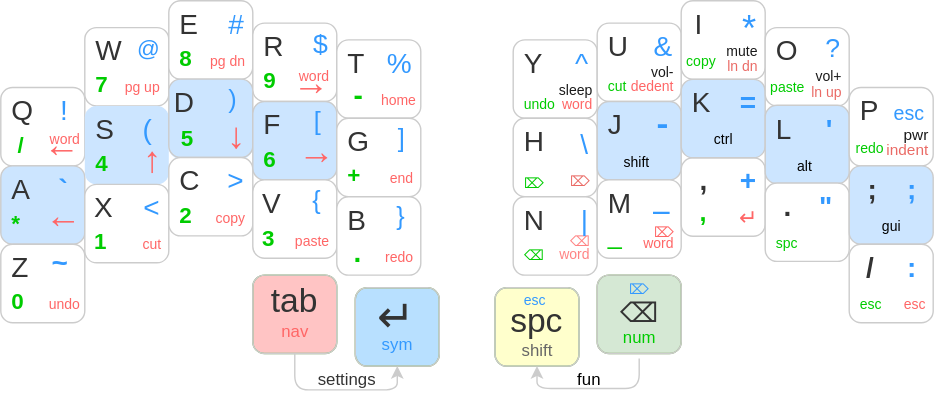
Above: images/BaseKeymap.drawio.svg in glenn20/zmk-sweep (draw.io), before the change. Source tidied: cells renumbered, new cells last; positions are measured from the earlier drawing's top-left corner, leaving out a move shared by most shapes.
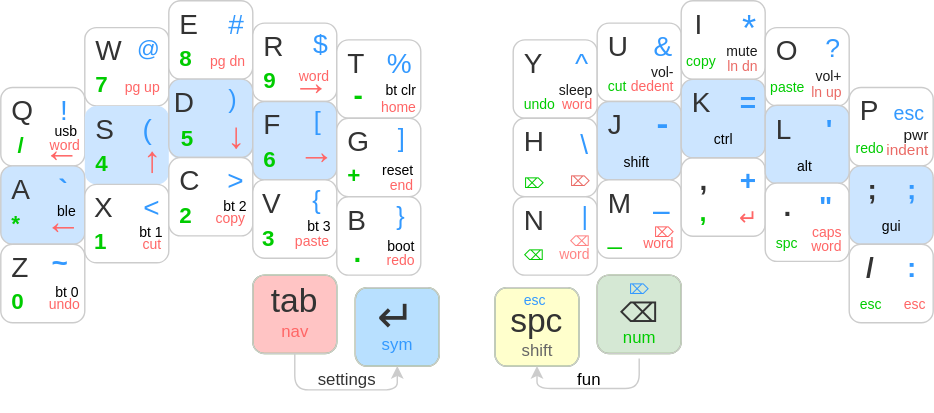
The same file after the commit.

Change to the diagram source:
```diff
@@ -20,9 +20,12 @@
     <mxCell id="7" value="&lt;font color=&quot;#3399ff&quot; style=&quot;font-size: 20px; font-weight: normal;&quot;&gt;!&amp;nbsp;&lt;/font&gt;" style="whiteSpace=wrap;html=1;fontSize=18;fontFamily=Helvetica;fontStyle=1;fillColor=none;rounded=1;align=right;verticalAlign=top;spacingLeft=0;strokeColor=none;fontColor=#E6E6E6;spacing=0;spacingTop=0;spacingRight=4;" parent="3" vertex="1">
       <mxGeometry x="29.4" width="28.5" height="28.5" as="geometry" />
     </mxCell>
-    <mxCell id="8" value="&lt;p style=&quot;line-height: 18%;&quot;&gt;&lt;font size=&quot;1&quot; style=&quot;&quot; color=&quot;#ff6666&quot;&gt;&lt;span style=&quot;font-weight: normal;&quot;&gt;word&lt;/span&gt;&lt;br&gt;&lt;/font&gt;&lt;font style=&quot;font-size: 26px;&quot; color=&quot;#ff6666&quot;&gt;←&lt;/font&gt;&lt;/p&gt;" style="html=1;fontSize=20;fontFamily=Helvetica;fontStyle=1;fillColor=none;rounded=1;align=right;verticalAlign=middle;spacingLeft=0;strokeColor=none;fontColor=#E6E6E6;spacing=0;spacingTop=-4;spacingRight=4;" parent="3" vertex="1">
-      <mxGeometry x="31.5" y="27" width="28.5" height="28.5" as="geometry" />
+    <mxCell id="8" value="&lt;p style=&quot;line-height: 18%;&quot;&gt;&lt;font size=&quot;1&quot; style=&quot;&quot; color=&quot;#ff6666&quot;&gt;&lt;span style=&quot;font-weight: normal;&quot;&gt;word&lt;/span&gt;&lt;br&gt;&lt;/font&gt;&lt;font style=&quot;font-size: 26px;&quot; color=&quot;#ff6666&quot;&gt;←&lt;/font&gt;&lt;/p&gt;" style="html=1;fontSize=20;fontFamily=Helvetica;fontStyle=1;fillColor=none;rounded=1;align=right;verticalAlign=middle;spacingLeft=0;strokeColor=none;fontColor=#E6E6E6;spacing=0;spacingTop=0;spacingRight=4;" parent="3" vertex="1">
+      <mxGeometry x="31.5" y="28.5" width="28.5" height="28.5" as="geometry" />
     </mxCell>
+    <mxCell id="200" value="&lt;p style=&quot;line-height: 110%; font-size: 10px;&quot;&gt;&lt;font color=&quot;#000000&quot;&gt;&lt;span style=&quot;font-weight: 400;&quot;&gt;usb&lt;/span&gt;&lt;/font&gt;&lt;/p&gt;&lt;p style=&quot;font-size: 10px;&quot;&gt;&lt;/p&gt;" style="html=1;fontSize=10;fontFamily=Helvetica;fontStyle=1;fillColor=none;rounded=1;align=right;verticalAlign=middle;spacingLeft=0;strokeColor=none;fontColor=#E6E6E6;spacing=0;spacingTop=-2;spacingRight=3;arcSize=0;spacingBottom=-5;" parent="3" vertex="1">
+      <mxGeometry x="28.5" y="15" width="28.5" height="28.5" as="geometry" />
+    </mxCell>
     <mxCell id="9" style="group;fillColor=#CCE5FF;rounded=1;" parent="1" vertex="1">
       <mxGeometry y="118" width="60" height="56" as="geometry" />
     </mxCell>
@@ -38,9 +41,12 @@
     <mxCell id="13" value="&lt;font color=&quot;#3399ff&quot; style=&quot;font-size: 20px;&quot;&gt;&lt;span style=&quot;font-size: 20px;&quot;&gt;`&amp;nbsp;&lt;/span&gt;&lt;/font&gt;" style="whiteSpace=wrap;html=1;fontSize=20;fontFamily=Helvetica;fontStyle=1;fillColor=none;rounded=1;align=right;verticalAlign=top;spacingLeft=0;strokeColor=none;fontColor=#E6E6E6;spacing=0;spacingTop=0;spacingRight=4;" parent="9" vertex="1">
       <mxGeometry x="29.4" width="28.5" height="28.5" as="geometry" />
     </mxCell>
-    <mxCell id="14" value="&lt;font style=&quot;font-size: 26px; font-weight: normal;&quot; color=&quot;#ff6666&quot;&gt;←&lt;/font&gt;" style="html=1;fontSize=26;fontFamily=Helvetica;fontStyle=1;fillColor=none;rounded=1;align=right;verticalAlign=middle;spacingLeft=0;strokeColor=none;fontColor=#E6E6E6;spacing=0;spacingTop=-4;spacingRight=0;" parent="9" vertex="1">
+    <mxCell id="14" value="&lt;font style=&quot;font-size: 26px; font-weight: normal;&quot; color=&quot;#ff6666&quot;&gt;←&lt;/font&gt;" style="html=1;fontSize=26;fontFamily=Helvetica;fontStyle=1;fillColor=none;rounded=1;align=right;verticalAlign=bottom;spacingLeft=0;strokeColor=none;fontColor=#E6E6E6;spacing=0;spacingTop=-4;spacingRight=0;spacingBottom=-3;" parent="9" vertex="1">
       <mxGeometry x="28.5" y="24" width="28.5" height="28.5" as="geometry" />
     </mxCell>
+    <mxCell id="201" value="&lt;p style=&quot;line-height: 110%; font-size: 10px;&quot;&gt;&lt;font color=&quot;#000000&quot;&gt;&lt;span style=&quot;font-weight: 400;&quot;&gt;ble&lt;/span&gt;&lt;/font&gt;&lt;/p&gt;&lt;p style=&quot;font-size: 10px;&quot;&gt;&lt;/p&gt;" style="html=1;fontSize=10;fontFamily=Helvetica;fontStyle=1;fillColor=none;rounded=1;align=right;verticalAlign=middle;spacingLeft=0;strokeColor=none;fontColor=#E6E6E6;spacing=0;spacingTop=-2;spacingRight=3;" parent="9" vertex="1">
+      <mxGeometry x="27" y="19" width="28.5" height="28.5" as="geometry" />
+    </mxCell>
     <mxCell id="15" style="group;fillColor=#FFFFFF;rounded=1;" parent="1" vertex="1">
       <mxGeometry x="366" y="28" width="60" height="56" as="geometry" />
     </mxCell>
@@ -92,7 +98,7 @@
     <mxCell id="31" value="&lt;font color=&quot;#333333&quot;&gt;&lt;span style=&quot;font-weight: 400;&quot;&gt;N&lt;/span&gt;&lt;/font&gt;" style="whiteSpace=wrap;html=1;fontSize=20;fontFamily=Helvetica;fontStyle=1;fillColor=none;rounded=1;align=left;verticalAlign=top;spacingLeft=8;strokeColor=none;fontColor=#E6E6E6;spacing=0;spacingTop=0;" parent="27" vertex="1">
       <mxGeometry width="28.5" height="28.5" as="geometry" />
     </mxCell>
-    <mxCell id="32" value="&lt;font color=&quot;#3399ff&quot; style=&quot;font-size: 20px; font-weight: normal;&quot;&gt;|&lt;/font&gt;" style="whiteSpace=wrap;html=1;fontSize=18;fontFamily=Helvetica;fontStyle=1;fillColor=none;rounded=1;align=right;verticalAlign=top;spacingLeft=0;strokeColor=none;fontColor=#E6E6E6;spacing=0;spacingTop=0;spacingRight=4;" parent="27" vertex="1">
+    <mxCell id="32" value="&lt;font color=&quot;#3399ff&quot; style=&quot;font-weight: normal; font-size: 18px;&quot;&gt;|&lt;/font&gt;" style="whiteSpace=wrap;html=1;fontSize=18;fontFamily=Helvetica;fontStyle=1;fillColor=none;rounded=1;align=right;verticalAlign=top;spacingLeft=0;strokeColor=none;fontColor=#E6E6E6;spacing=0;spacingTop=0;spacingRight=4;" parent="27" vertex="1">
       <mxGeometry x="29.4" width="28.5" height="28.5" as="geometry" />
     </mxCell>
     <mxCell id="33" style="group;fillColor=#FFFFFF;rounded=1;" parent="1" vertex="1">
@@ -146,6 +152,9 @@
     <mxCell id="49" value="&lt;font color=&quot;#ff6666&quot; size=&quot;1&quot;&gt;&lt;span style=&quot;font-weight: 400;&quot;&gt;cut&lt;/span&gt;&lt;/font&gt;" style="html=1;fontSize=20;fontFamily=Helvetica;fontStyle=1;fillColor=none;rounded=1;align=right;verticalAlign=middle;spacingLeft=0;strokeColor=none;fontColor=#E6E6E6;spacing=0;spacingTop=-4;spacingRight=4;" parent="44" vertex="1">
       <mxGeometry x="29.4" y="27" width="28.5" height="28.5" as="geometry" />
     </mxCell>
+    <mxCell id="202" value="&lt;p style=&quot;line-height: 110%; font-size: 10px;&quot;&gt;&lt;font color=&quot;#000000&quot;&gt;&lt;span style=&quot;font-weight: 400;&quot;&gt;bt 1&lt;/span&gt;&lt;/font&gt;&lt;/p&gt;&lt;p style=&quot;font-size: 10px;&quot;&gt;&lt;/p&gt;" style="html=1;fontSize=10;fontFamily=Helvetica;fontStyle=1;fillColor=none;rounded=1;align=right;verticalAlign=middle;spacingLeft=0;strokeColor=none;fontColor=#E6E6E6;spacing=0;spacingTop=-2;spacingRight=3;" parent="44" vertex="1">
+      <mxGeometry x="42.5" y="27" width="15.4" height="15.4" as="geometry" />
+    </mxCell>
     <mxCell id="50" style="group;fillColor=#FFFFFF;rounded=1;" parent="1" vertex="1">
       <mxGeometry x="120" width="60" height="56" as="geometry" />
     </mxCell>
@@ -200,6 +209,9 @@
     <mxCell id="67" value="&lt;font color=&quot;#ff6666&quot; size=&quot;1&quot;&gt;&lt;span style=&quot;font-weight: 400;&quot;&gt;copy&lt;/span&gt;&lt;/font&gt;" style="html=1;fontSize=20;fontFamily=Helvetica;fontStyle=1;fillColor=none;rounded=1;align=right;verticalAlign=middle;spacingLeft=0;strokeColor=none;fontColor=#E6E6E6;spacing=0;spacingTop=-4;spacingRight=4;" parent="62" vertex="1">
       <mxGeometry x="29.4" y="27" width="28.5" height="28.5" as="geometry" />
     </mxCell>
+    <mxCell id="203" value="&lt;p style=&quot;line-height: 110%; font-size: 10px;&quot;&gt;&lt;font color=&quot;#000000&quot;&gt;&lt;span style=&quot;font-weight: 400;&quot;&gt;bt 2&lt;/span&gt;&lt;/font&gt;&lt;/p&gt;&lt;p style=&quot;font-size: 10px;&quot;&gt;&lt;/p&gt;" style="html=1;fontSize=10;fontFamily=Helvetica;fontStyle=1;fillColor=none;rounded=1;align=right;verticalAlign=middle;spacingLeft=0;strokeColor=none;fontColor=#E6E6E6;spacing=0;spacingTop=-2;spacingRight=3;" parent="62" vertex="1">
+      <mxGeometry x="42.5" y="28.5" width="15.4" height="15.4" as="geometry" />
+    </mxCell>
     <mxCell id="68" style="group;fontSize=10;fillColor=#FFFFFF;rounded=1;" parent="1" vertex="1">
       <mxGeometry x="180" y="16" width="60" height="57" as="geometry" />
     </mxCell>
@@ -254,6 +266,9 @@
     <mxCell id="85" value="&lt;font color=&quot;#ff6666&quot; size=&quot;1&quot;&gt;&lt;span style=&quot;font-weight: 400;&quot;&gt;paste&lt;/span&gt;&lt;/font&gt;" style="html=1;fontSize=20;fontFamily=Helvetica;fontStyle=1;fillColor=none;rounded=1;align=right;verticalAlign=middle;spacingLeft=0;strokeColor=none;fontColor=#E6E6E6;spacing=0;spacingTop=-4;spacingRight=4;" parent="80" vertex="1">
       <mxGeometry x="29.4" y="27.5" width="28.5" height="28.5" as="geometry" />
     </mxCell>
+    <mxCell id="204" value="&lt;p style=&quot;line-height: 110%; font-size: 10px;&quot;&gt;&lt;font color=&quot;#000000&quot;&gt;&lt;span style=&quot;font-weight: 400;&quot;&gt;bt 3&lt;/span&gt;&lt;/font&gt;&lt;span style=&quot;color: rgba(0, 0, 0, 0); font-family: monospace; font-size: 0px; font-weight: 400; text-align: start; background-color: initial;&quot;&gt;%3CmxGraphModel%3E%3Croot%3E%3CmxCell%20id%3D%220%22%2F%3E%3CmxCell%20id%3D%221%22%20parent%3D%220%22%2F%3E%3CmxCell%20id%3D%222%22%20value%3D%22%26lt%3Bp%20style%3D%26quot%3Bline-height%3A%20110%25%3B%20font-size%3A%2010px%3B%26quot%3B%26gt%3B%26lt%3Bfont%20color%3D%26quot%3B%23000000%26quot%3B%26gt%3B%26lt%3Bspan%20style%3D%26quot%3Bfont-weight%3A%20400%3B%26quot%3B%26gt%3Bbt%200%26lt%3B%2Fspan%26gt%3B%26lt%3B%2Ffont%26gt%3B%26lt%3B%2Fp%26gt%3B%26lt%3Bp%20style%3D%26quot%3Bfont-size%3A%2010px%3B%26quot%3B%26gt%3B%26lt%3B%2Fp%26gt%3B%22%20style%3D%22html%3D1%3Baspect%3Dfixed%3BfontSize%3D10%3BfontFamily%3DHelvetica%3BfontStyle%3D1%3BfillColor%3Dnone%3Brounded%3D1%3Balign%3Dright%3BverticalAlign%3Dmiddle%3BspacingLeft%3D0%3BstrokeColor%3Dnone%3BfontColor%3D%23E6E6E6%3Bspacing%3D0%3BspacingTop%3D-2%3BspacingRight%3D3%3B%22%20vertex%3D%221%22%20parent%3D%221%22%3E%3CmxGeometry%20x%3D%22195.51%22%20y%3D%223.969999999999999%22%20width%3D%2215.38%22%20height%3D%2215.38%22%20as%3D%22geometry%22%2F%3E%3C%2FmxCell%3E%3C%2Froot%3E%3C%2FmxGraphModel%3E&lt;/span&gt;&lt;/p&gt;&lt;p style=&quot;font-size: 10px;&quot;&gt;&lt;/p&gt;" style="html=1;fontSize=10;fontFamily=Helvetica;fontStyle=1;fillColor=none;rounded=1;align=right;verticalAlign=middle;spacingLeft=0;strokeColor=none;fontColor=#E6E6E6;spacing=0;spacingTop=-2;spacingRight=3;" parent="80" vertex="1">
+      <mxGeometry x="42.5" y="28.5" width="15.4" height="15.4" as="geometry" />
+    </mxCell>
     <mxCell id="86" style="group;fillColor=#FFFFFF;rounded=1;" parent="1" vertex="1">
       <mxGeometry x="240" y="28" width="60" height="56" as="geometry" />
     </mxCell>
@@ -269,7 +284,7 @@
     <mxCell id="90" value="&lt;font color=&quot;#3399ff&quot; style=&quot;font-size: 20px; font-weight: normal;&quot;&gt;%&lt;/font&gt;" style="whiteSpace=wrap;html=1;fontSize=18;fontFamily=Helvetica;fontStyle=1;fillColor=none;rounded=1;align=right;verticalAlign=top;spacingLeft=0;strokeColor=none;fontColor=#E6E6E6;spacing=0;spacingTop=0;spacingRight=4;" parent="86" vertex="1">
       <mxGeometry x="29.4" width="28.5" height="28.5" as="geometry" />
     </mxCell>
-    <mxCell id="91" value="&lt;font color=&quot;#ff6666&quot; size=&quot;1&quot;&gt;&lt;span style=&quot;font-weight: 400;&quot;&gt;home&lt;/span&gt;&lt;/font&gt;" style="html=1;fontSize=20;fontFamily=Helvetica;fontStyle=1;fillColor=none;rounded=1;align=right;verticalAlign=middle;spacingLeft=0;strokeColor=none;fontColor=#E6E6E6;spacing=0;spacingTop=-4;spacingRight=4;" parent="86" vertex="1">
+    <mxCell id="91" value="&lt;font color=&quot;#000000&quot; style=&quot;font-size: 10px;&quot;&gt;&lt;span style=&quot;font-weight: 400; font-size: 10px;&quot;&gt;bt clr&lt;/span&gt;&lt;/font&gt;&lt;div style=&quot;font-size: 10px;&quot;&gt;&lt;font style=&quot;font-size: 10px;&quot; color=&quot;#ff6666&quot;&gt;&lt;span style=&quot;font-weight: 400; font-size: 10px;&quot;&gt;home&lt;/span&gt;&lt;/font&gt;&lt;/div&gt;" style="html=1;fontSize=10;fontFamily=Helvetica;fontStyle=1;fillColor=none;rounded=1;align=right;verticalAlign=bottom;spacingLeft=0;strokeColor=none;fontColor=#E6E6E6;spacing=0;spacingTop=-4;spacingRight=4;" parent="86" vertex="1">
       <mxGeometry x="31.5" y="27" width="28.5" height="28.5" as="geometry" />
     </mxCell>
     <mxCell id="92" style="group;fillColor=#FFFFFF;rounded=1;" parent="1" vertex="1">
@@ -287,7 +302,7 @@
     <mxCell id="96" value="&lt;font color=&quot;#3399ff&quot; style=&quot;font-weight: normal; font-size: 18px;&quot;&gt;]&amp;nbsp;&lt;/font&gt;" style="whiteSpace=wrap;html=1;fontSize=18;fontFamily=Helvetica;fontStyle=1;fillColor=none;rounded=1;align=right;verticalAlign=top;spacingLeft=0;strokeColor=none;fontColor=#E6E6E6;spacing=0;spacingTop=0;spacingRight=4;" parent="92" vertex="1">
       <mxGeometry x="29.4" width="28.5" height="28.5" as="geometry" />
     </mxCell>
-    <mxCell id="97" value="&lt;font color=&quot;#ff6666&quot; size=&quot;1&quot;&gt;&lt;span style=&quot;font-weight: 400;&quot;&gt;end&lt;/span&gt;&lt;/font&gt;" style="html=1;fontSize=20;fontFamily=Helvetica;fontStyle=1;fillColor=none;rounded=1;align=right;verticalAlign=middle;spacingLeft=0;strokeColor=none;fontColor=#E6E6E6;spacing=0;spacingTop=-4;spacingRight=4;" parent="92" vertex="1">
+    <mxCell id="97" value="&lt;font style=&quot;font-size: 10px;&quot; color=&quot;#000000&quot;&gt;&lt;span style=&quot;font-weight: 400; font-size: 10px;&quot;&gt;reset&lt;/span&gt;&lt;/font&gt;&lt;div style=&quot;font-size: 10px; line-height: 100%;&quot;&gt;&lt;font style=&quot;font-size: 10px;&quot; color=&quot;#ff6666&quot;&gt;&lt;span style=&quot;font-weight: 400; font-size: 10px;&quot;&gt;end&lt;/span&gt;&lt;/font&gt;&lt;/div&gt;" style="html=1;fontSize=10;fontFamily=Helvetica;fontStyle=1;fillColor=none;rounded=1;align=right;verticalAlign=bottom;spacingLeft=0;strokeColor=none;fontColor=#E6E6E6;spacing=0;spacingTop=-2;spacingRight=4;spacingBottom=1;" parent="92" vertex="1">
       <mxGeometry x="29.4" y="27" width="28.5" height="28.5" as="geometry" />
     </mxCell>
     <mxCell id="98" style="group;verticalAlign=top;fillColor=#FFFFFF;rounded=1;" parent="1" vertex="1">
@@ -431,7 +446,7 @@
     <mxCell id="144" style="rounded=1;whiteSpace=wrap;html=1;fillColor=none;strokeColor=#CCCCCC;" parent="143" vertex="1">
       <mxGeometry width="60" height="56" as="geometry" />
     </mxCell>
-    <mxCell id="145" value="&lt;font size=&quot;1&quot; color=&quot;#ff6666&quot;&gt;&lt;span style=&quot;font-weight: 400;&quot;&gt;&amp;nbsp;&lt;/span&gt;&lt;/font&gt;" style="html=1;fontSize=20;fontFamily=Helvetica;fontStyle=1;fillColor=none;rounded=1;align=right;verticalAlign=middle;spacingLeft=0;strokeColor=none;fontColor=#E6E6E6;spacing=0;spacingTop=-4;spacingRight=4;" parent="143" vertex="1">
+    <mxCell id="145" value="&lt;font style=&quot;font-size: 10px;&quot; color=&quot;#ff6666&quot;&gt;&lt;span style=&quot;font-weight: 400; font-size: 10px;&quot;&gt;caps&lt;/span&gt;&lt;/font&gt;&lt;div style=&quot;font-size: 10px; line-height: 80%;&quot;&gt;&lt;font style=&quot;font-size: 10px;&quot; color=&quot;#ff6666&quot;&gt;&lt;span style=&quot;font-weight: 400; font-size: 10px;&quot;&gt;word&lt;/span&gt;&lt;/font&gt;&lt;/div&gt;" style="html=1;fontSize=10;fontFamily=Helvetica;fontStyle=1;fillColor=none;rounded=1;align=right;verticalAlign=middle;spacingLeft=0;strokeColor=none;fontColor=#E6E6E6;spacing=0;spacingTop=-4;spacingRight=4;" parent="143" vertex="1">
       <mxGeometry x="29.4" y="27" width="28.5" height="28.5" as="geometry" />
     </mxCell>
     <mxCell id="146" value="&lt;font color=&quot;#00cc00&quot;&gt;&lt;span style=&quot;font-size: 10px; font-weight: 400;&quot;&gt;spc&lt;/span&gt;&lt;/font&gt;" style="whiteSpace=wrap;html=1;fontSize=20;fontFamily=Helvetica;fontStyle=1;fillColor=none;rounded=1;align=left;verticalAlign=middle;spacingLeft=8;strokeColor=none;fontColor=#E6E6E6;spacing=0;spacingTop=-4;" parent="143" vertex="1">
@@ -563,7 +578,7 @@
     <mxCell id="188" value="&lt;font color=&quot;#3399ff&quot; style=&quot;font-weight: normal; font-size: 18px;&quot;&gt;}&amp;nbsp;&lt;/font&gt;" style="whiteSpace=wrap;html=1;fontSize=18;fontFamily=Helvetica;fontStyle=1;fillColor=none;rounded=1;align=right;verticalAlign=top;spacingLeft=0;strokeColor=none;fontColor=#E6E6E6;spacing=0;spacingTop=0;spacingRight=4;" parent="184" vertex="1">
       <mxGeometry x="29.4" width="28.5" height="28.5" as="geometry" />
     </mxCell>
-    <mxCell id="189" value="&lt;font color=&quot;#ff6666&quot; size=&quot;1&quot;&gt;&lt;span style=&quot;font-weight: 400;&quot;&gt;redo&lt;/span&gt;&lt;/font&gt;" style="html=1;fontSize=20;fontFamily=Helvetica;fontStyle=1;fillColor=none;rounded=1;align=right;verticalAlign=middle;spacingLeft=0;strokeColor=none;fontColor=#E6E6E6;spacing=0;spacingTop=-4;spacingRight=4;" parent="184" vertex="1">
+    <mxCell id="189" value="&lt;p style=&quot;line-height: 0%; font-size: 10px;&quot;&gt;&lt;font color=&quot;#000000&quot; style=&quot;font-size: 10px;&quot;&gt;&lt;span style=&quot;font-weight: 400; font-size: 10px;&quot;&gt;boot&lt;/span&gt;&lt;/font&gt;&lt;/p&gt;&lt;div style=&quot;line-height: 0%; font-size: 10px;&quot;&gt;&lt;font style=&quot;font-size: 10px;&quot; color=&quot;#ff6666&quot;&gt;&lt;span style=&quot;font-weight: 400; font-size: 10px;&quot;&gt;redo&lt;/span&gt;&lt;/font&gt;&lt;/div&gt;&lt;p style=&quot;font-size: 10px;&quot;&gt;&lt;/p&gt;" style="html=1;fontSize=10;fontFamily=Helvetica;fontStyle=1;fillColor=none;rounded=1;align=right;verticalAlign=middle;spacingLeft=0;strokeColor=none;fontColor=#E6E6E6;spacing=0;spacingTop=-2;spacingRight=3;" parent="184" vertex="1">
       <mxGeometry x="29.4" y="27" width="28.5" height="28.5" as="geometry" />
     </mxCell>
     <mxCell id="190" style="edgeStyle=orthogonalEdgeStyle;rounded=1;jettySize=auto;html=1;entryX=0.5;entryY=1;entryDx=0;entryDy=0;strokeColor=#CCCCCC;exitX=0.5;exitY=1;exitDx=0;exitDy=0;" parent="1" edge="1" source="183" target="172">
@@ -606,5 +621,8 @@
     <mxCell id="199" value="&lt;font color=&quot;#ff6666&quot; size=&quot;1&quot;&gt;&lt;span style=&quot;font-weight: 400;&quot;&gt;undo&lt;/span&gt;&lt;/font&gt;" style="html=1;fontSize=20;fontFamily=Helvetica;fontStyle=1;fillColor=none;rounded=1;align=right;verticalAlign=middle;spacingLeft=0;strokeColor=none;fontColor=#E6E6E6;spacing=0;spacingTop=-4;spacingRight=4;" parent="194" vertex="1">
       <mxGeometry x="31.5" y="27" width="28.5" height="28.5" as="geometry" />
     </mxCell>
+    <mxCell id="205" value="&lt;p style=&quot;line-height: 110%; font-size: 10px;&quot;&gt;&lt;font color=&quot;#000000&quot;&gt;&lt;span style=&quot;font-weight: 400;&quot;&gt;bt 0&lt;/span&gt;&lt;/font&gt;&lt;/p&gt;&lt;p style=&quot;font-size: 10px;&quot;&gt;&lt;/p&gt;" style="html=1;fontSize=10;fontFamily=Helvetica;fontStyle=1;fillColor=none;rounded=1;align=right;verticalAlign=middle;spacingLeft=0;strokeColor=none;fontColor=#E6E6E6;spacing=0;spacingTop=-2;spacingRight=3;" parent="194" vertex="1">
+      <mxGeometry x="42.5" y="27" width="15.4" height="15.4" as="geometry" />
+    </mxCell>
   </root>
 </mxGraphModel>
```
